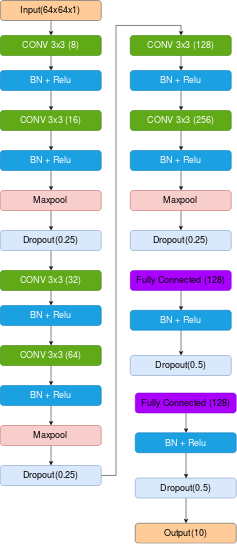
Above: saved_models/diagrams/gesture_recognition_model_arch.png in MohamedAli1995/Sign-Language-Recognition (draw.io), before the change. Source tidied: cells renumbered, new cells last; positions are measured from the earlier drawing's top-left corner, leaving out a move shared by most shapes.
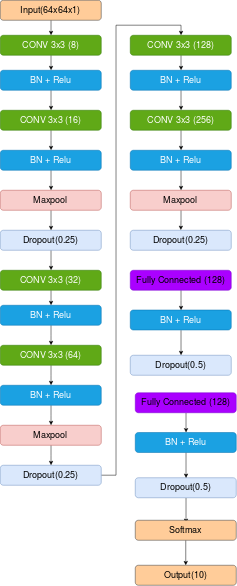
The same diagram one commit later.

Diff of the diagram source:
```diff
@@ -118,9 +118,6 @@
     <mxCell id="39" value="Dropout(0.5)" style="rounded=1;whiteSpace=wrap;html=1;fillColor=#dae8fc;strokeColor=#6c8ebf;glass=0;comic=0;shadow=0;fontSize=18;" parent="1" vertex="1">
       <mxGeometry x="260" y="710" width="202" height="40" as="geometry" />
     </mxCell>
-    <mxCell id="40" value="Output(10)" style="rounded=1;whiteSpace=wrap;html=1;glass=0;comic=0;shadow=0;fontSize=18;fillColor=#ffcc99;strokeColor=#36393d;" parent="1" vertex="1">
-      <mxGeometry x="270" y="1045.5" width="202" height="40" as="geometry" />
-    </mxCell>
     <mxCell id="41" style="edgeStyle=orthogonalEdgeStyle;rounded=0;jettySize=auto;html=1;exitX=0.5;exitY=1;exitDx=0;exitDy=0;entryX=0.5;entryY=0;entryDx=0;entryDy=0;fontSize=18;fontColor=#000000;" parent="1" edge="1" source="42" target="39">
       <mxGeometry relative="1" as="geometry" />
     </mxCell>
@@ -133,8 +130,10 @@
     <mxCell id="44" value="Fully Connected (128)" style="rounded=1;whiteSpace=wrap;html=1;fillColor=#aa00ff;strokeColor=#7700CC;glass=0;comic=0;shadow=0;fontSize=18;fontColor=#000000;" parent="1" vertex="1">
       <mxGeometry x="270" y="785" width="202" height="40" as="geometry" />
     </mxCell>
-    <mxCell id="45" style="edgeStyle=orthogonalEdgeStyle;rounded=0;jettySize=auto;html=1;exitX=0.5;exitY=1;exitDx=0;exitDy=0;fontSize=18;fontColor=#000000;" parent="1" edge="1" source="46" target="40">
-      <mxGeometry relative="1" as="geometry" />
+    <mxCell id="45" style="edgeStyle=orthogonalEdgeStyle;rounded=0;jettySize=auto;html=1;exitX=0.5;exitY=1;exitDx=0;exitDy=0;fontSize=18;fontColor=#000000;" parent="1" edge="1" source="46">
+      <mxGeometry relative="1" as="geometry">
+        <mxPoint x="371.6" y="1045.5" as="targetPoint" />
+      </mxGeometry>
     </mxCell>
     <mxCell id="46" value="Dropout(0.5)" style="rounded=1;whiteSpace=wrap;html=1;fillColor=#dae8fc;strokeColor=#6c8ebf;glass=0;comic=0;shadow=0;fontSize=18;" parent="1" vertex="1">
       <mxGeometry x="270" y="955" width="202" height="40" as="geometry" />
@@ -151,5 +150,14 @@
     <mxCell id="50" value="Input(64x64x1)" style="rounded=1;whiteSpace=wrap;html=1;glass=0;comic=0;shadow=0;fontSize=18;fillColor=#ffcc99;strokeColor=#36393d;" parent="1" vertex="1">
       <mxGeometry width="202" height="40" as="geometry" />
     </mxCell>
+    <mxCell id="51" style="edgeStyle=orthogonalEdgeStyle;rounded=0;jettySize=auto;html=1;fontSize=18;fontColor=#000000;" parent="1" edge="1" source="52" target="40">
+      <mxGeometry relative="1" as="geometry" />
+    </mxCell>
+    <mxCell id="52" value="Softmax" style="rounded=1;whiteSpace=wrap;html=1;glass=0;comic=0;shadow=0;fontSize=18;fillColor=#ffcc99;strokeColor=#36393d;" parent="1" vertex="1">
+      <mxGeometry x="270" y="1040" width="202" height="40" as="geometry" />
+    </mxCell>
+    <mxCell id="40" value="Output(10)" style="rounded=1;whiteSpace=wrap;html=1;glass=0;comic=0;shadow=0;fontSize=18;fillColor=#ffcc99;strokeColor=#36393d;" parent="1" vertex="1">
+      <mxGeometry x="270" y="1130" width="202" height="40" as="geometry" />
+    </mxCell>
   </root>
 </mxGraphModel>
```
